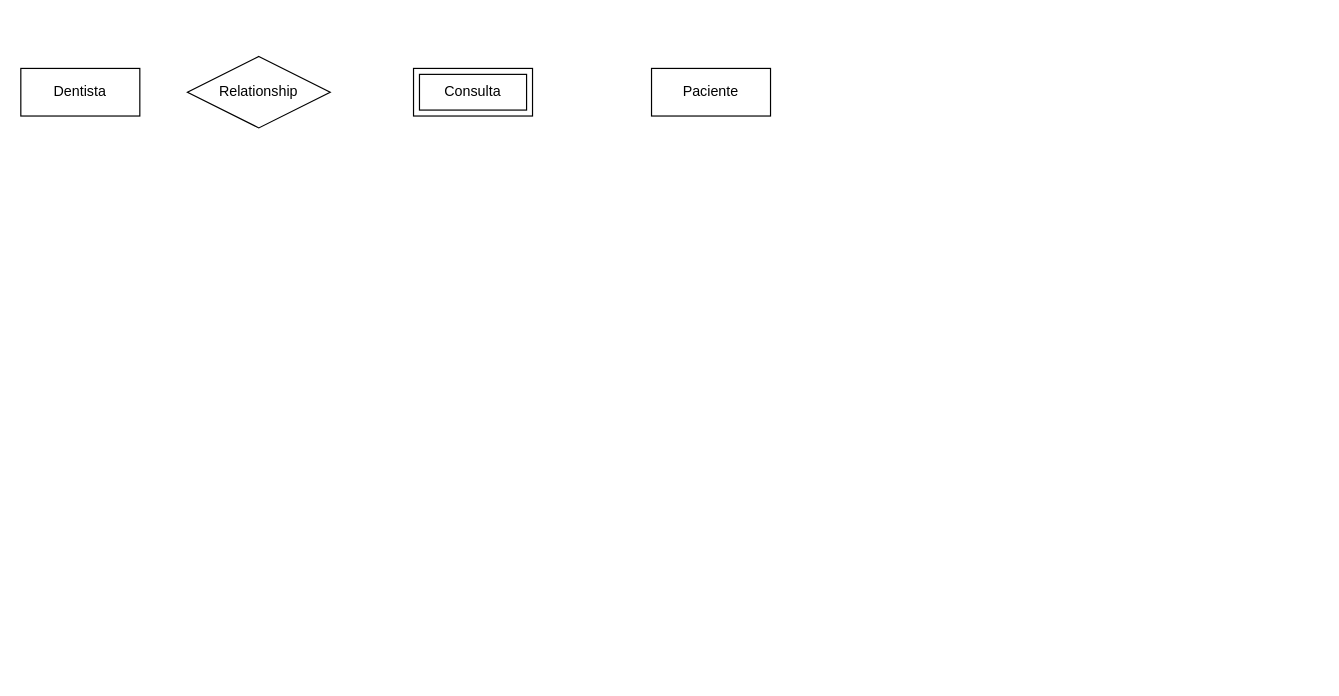
This is Diagrama sem nome.drawio from fabiollg/Diagrama-ER-Consultorio, a draw.io file, before an edit. Source tidied: cells renumbered, new cells numbered last; positions are measured from the earlier drawing's top-left corner, leaving out a move shared by most shapes. Both pictures are drawn from the tidied source at 119%, with x=0, y=0 at pixel (20, 56).
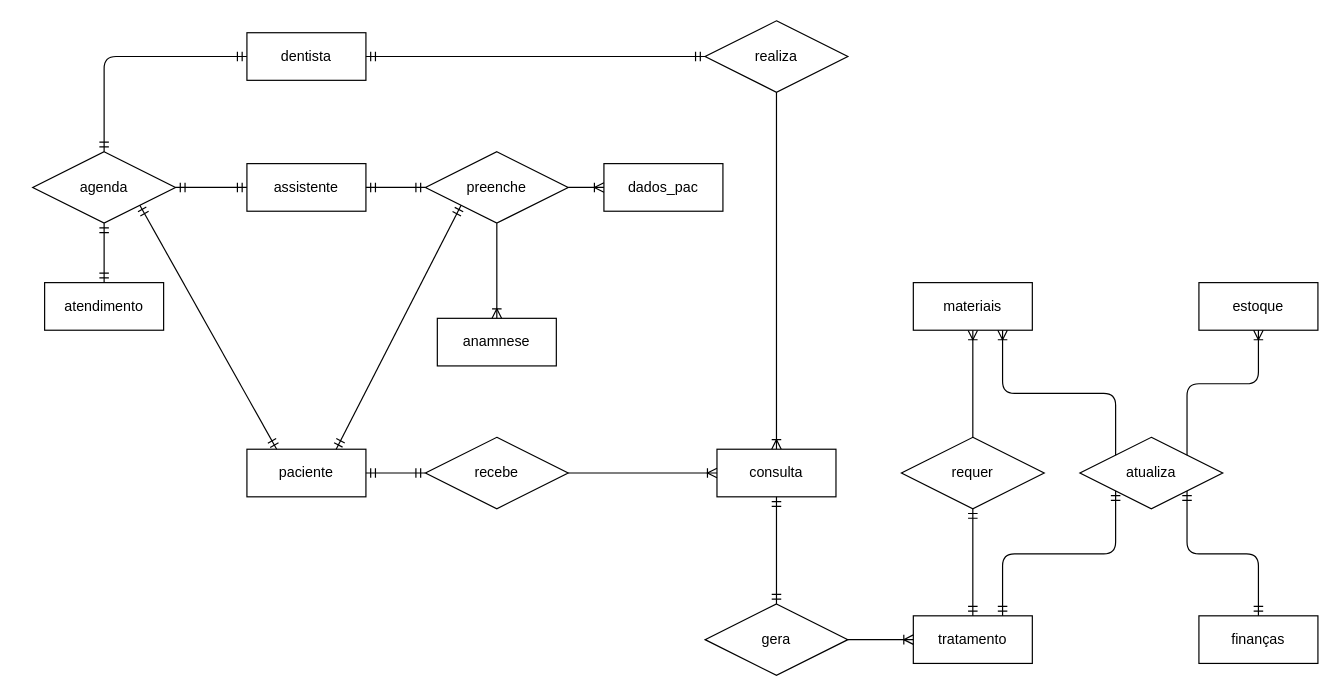
After the change.

Commit message:
Diagrama inicial

Primeiro diagrama completo

Change to the diagram source:
```diff
@@
-    <mxCell id="2" value="Dentista" style="whiteSpace=wrap;html=1;align=center;" parent="1" vertex="1">
-      <mxGeometry y="10" width="100" height="40" as="geometry" />
+    <mxCell id="2" value="dentista" style="whiteSpace=wrap;html=1;align=center;" parent="1" vertex="1">
+      <mxGeometry x="190" y="-20" width="100" height="40" as="geometry" />
     </mxCell>
-    <mxCell id="3" value="Paciente" style="whiteSpace=wrap;html=1;align=center;" parent="1" vertex="1">
-      <mxGeometry x="530" y="10" width="100" height="40" as="geometry" />
+    <mxCell id="3" value="paciente" style="whiteSpace=wrap;html=1;align=center;" parent="1" vertex="1">
+      <mxGeometry x="190" y="330" width="100" height="40" as="geometry" />
     </mxCell>
-    <mxCell id="4" value="Consulta" style="shape=ext;margin=3;double=1;whiteSpace=wrap;html=1;align=center;" parent="1" vertex="1">
-      <mxGeometry x="330" y="10" width="100" height="40" as="geometry" />
-    </mxCell>
-    <mxCell id="5" value="Relationship" style="shape=rhombus;perimeter=rhombusPerimeter;whiteSpace=wrap;html=1;align=center;" parent="1" vertex="1">
-      <mxGeometry x="140" width="120" height="60" as="geometry" />
+    <mxCell id="5" value="realiza" style="shape=rhombus;perimeter=rhombusPerimeter;whiteSpace=wrap;html=1;align=center;" parent="1" vertex="1">
+      <mxGeometry x="575" y="-30" width="120" height="60" as="geometry" />
     </mxCell>
+    <mxCell id="6" style="fontSize=12;html=1;endArrow=ERoneToMany;entryX=0.5;entryY=0;entryDx=0;entryDy=0;exitX=0.5;exitY=1;exitDx=0;exitDy=0;" parent="1" edge="1" source="5" target="7">
+      <mxGeometry relative="1" as="geometry" />
+    </mxCell>
+    <mxCell id="7" value="consulta" style="whiteSpace=wrap;html=1;align=center;" parent="1" vertex="1">
+      <mxGeometry x="585" y="330" width="100" height="40" as="geometry" />
+    </mxCell>
+    <mxCell id="8" style="fontSize=12;html=1;endArrow=ERmandOne;startArrow=ERmandOne;sketch=0;exitX=1;exitY=0.5;exitDx=0;exitDy=0;entryX=0;entryY=0.5;entryDx=0;entryDy=0;" parent="1" edge="1" source="2" target="5">
+      <mxGeometry relative="1" as="geometry" />
+    </mxCell>
+    <mxCell id="9" value="recebe" style="shape=rhombus;perimeter=rhombusPerimeter;whiteSpace=wrap;html=1;align=center;" parent="1" vertex="1">
+      <mxGeometry x="340" y="320" width="120" height="60" as="geometry" />
+    </mxCell>
+    <mxCell id="10" style="edgeStyle=entityRelationEdgeStyle;fontSize=12;html=1;endArrow=ERmandOne;startArrow=ERmandOne;sketch=0;exitX=0;exitY=0.5;exitDx=0;exitDy=0;entryX=1;entryY=0.5;entryDx=0;entryDy=0;" parent="1" edge="1" source="9" target="3">
+      <mxGeometry relative="1" as="geometry" />
+    </mxCell>
+    <mxCell id="11" style="edgeStyle=entityRelationEdgeStyle;fontSize=12;html=1;endArrow=ERoneToMany;sketch=0;entryX=0;entryY=0.5;entryDx=0;entryDy=0;exitX=1;exitY=0.5;exitDx=0;exitDy=0;" parent="1" edge="1" source="9" target="7">
+      <mxGeometry relative="1" as="geometry" />
+    </mxCell>
+    <mxCell id="12" value="dados_pac" style="whiteSpace=wrap;html=1;align=center;" parent="1" vertex="1">
+      <mxGeometry x="490" y="90" width="100" height="40" as="geometry" />
+    </mxCell>
+    <mxCell id="13" value="anamnese" style="whiteSpace=wrap;html=1;align=center;" parent="1" vertex="1">
+      <mxGeometry x="350" y="220" width="100" height="40" as="geometry" />
+    </mxCell>
+    <mxCell id="14" value="preenche" style="shape=rhombus;perimeter=rhombusPerimeter;whiteSpace=wrap;html=1;align=center;" parent="1" vertex="1">
+      <mxGeometry x="340" y="80" width="120" height="60" as="geometry" />
+    </mxCell>
+    <mxCell id="15" value="assistente" style="whiteSpace=wrap;html=1;align=center;" parent="1" vertex="1">
+      <mxGeometry x="190" y="90" width="100" height="40" as="geometry" />
+    </mxCell>
+    <mxCell id="16" style="edgeStyle=entityRelationEdgeStyle;fontSize=12;html=1;endArrow=ERmandOne;startArrow=ERmandOne;sketch=0;entryX=0;entryY=0.5;entryDx=0;entryDy=0;exitX=1;exitY=0.5;exitDx=0;exitDy=0;" parent="1" edge="1" source="15" target="14">
+      <mxGeometry relative="1" as="geometry" />
+    </mxCell>
+    <mxCell id="17" style="edgeStyle=orthogonalEdgeStyle;fontSize=12;html=1;endArrow=ERoneToMany;sketch=0;entryX=0.5;entryY=0;entryDx=0;entryDy=0;exitX=0.5;exitY=1;exitDx=0;exitDy=0;" parent="1" edge="1" source="14" target="13">
+      <mxGeometry relative="1" as="geometry" />
+    </mxCell>
+    <mxCell id="18" style="edgeStyle=orthogonalEdgeStyle;fontSize=12;html=1;endArrow=ERoneToMany;sketch=0;entryX=0;entryY=0.5;entryDx=0;entryDy=0;exitX=1;exitY=0.5;exitDx=0;exitDy=0;" parent="1" edge="1" source="14" target="12">
+      <mxGeometry relative="1" as="geometry" />
+    </mxCell>
+    <mxCell id="19" style="fontSize=12;html=1;endArrow=ERmandOne;startArrow=ERmandOne;sketch=0;entryX=0.75;entryY=0;entryDx=0;entryDy=0;exitX=0;exitY=1;exitDx=0;exitDy=0;" parent="1" edge="1" source="14" target="3">
+      <mxGeometry relative="1" as="geometry" />
+    </mxCell>
+    <mxCell id="20" style="fontSize=12;html=1;endArrow=ERmandOne;startArrow=ERmandOne;sketch=0;exitX=0;exitY=0.5;exitDx=0;exitDy=0;edgeStyle=orthogonalEdgeStyle;entryX=0.5;entryY=0;entryDx=0;entryDy=0;" parent="1" edge="1" source="2" target="29">
+      <mxGeometry relative="1" as="geometry" />
+    </mxCell>
+    <mxCell id="21" value="gera" style="shape=rhombus;perimeter=rhombusPerimeter;whiteSpace=wrap;html=1;align=center;" parent="1" vertex="1">
+      <mxGeometry x="575" y="460" width="120" height="60" as="geometry" />
+    </mxCell>
+    <mxCell id="22" style="fontSize=12;html=1;endArrow=ERmandOne;startArrow=ERmandOne;sketch=0;entryX=0.5;entryY=1;entryDx=0;entryDy=0;exitX=0.5;exitY=0;exitDx=0;exitDy=0;" parent="1" edge="1" source="21" target="7">
+      <mxGeometry relative="1" as="geometry" />
+    </mxCell>
+    <mxCell id="23" value="tratamento" style="whiteSpace=wrap;html=1;align=center;" parent="1" vertex="1">
+      <mxGeometry x="750" y="470" width="100" height="40" as="geometry" />
+    </mxCell>
+    <mxCell id="24" style="edgeStyle=entityRelationEdgeStyle;fontSize=12;html=1;endArrow=ERoneToMany;sketch=0;exitX=1;exitY=0.5;exitDx=0;exitDy=0;entryX=0;entryY=0.5;entryDx=0;entryDy=0;" parent="1" edge="1" source="21" target="23">
+      <mxGeometry relative="1" as="geometry" />
+    </mxCell>
+    <mxCell id="25" style="fontSize=12;html=1;endArrow=ERoneToMany;sketch=0;exitX=0.5;exitY=0;exitDx=0;exitDy=0;entryX=0.5;entryY=1;entryDx=0;entryDy=0;" parent="1" edge="1" source="27" target="26">
+      <mxGeometry relative="1" as="geometry" />
+    </mxCell>
+    <mxCell id="26" value="materiais" style="whiteSpace=wrap;html=1;align=center;" parent="1" vertex="1">
+      <mxGeometry x="750" y="190" width="100" height="40" as="geometry" />
+    </mxCell>
+    <mxCell id="27" value="requer" style="shape=rhombus;perimeter=rhombusPerimeter;whiteSpace=wrap;html=1;align=center;" parent="1" vertex="1">
+      <mxGeometry x="740" y="320" width="120" height="60" as="geometry" />
+    </mxCell>
+    <mxCell id="28" style="fontSize=12;html=1;endArrow=ERmandOne;startArrow=ERmandOne;sketch=0;exitX=0.5;exitY=0;exitDx=0;exitDy=0;entryX=0.5;entryY=1;entryDx=0;entryDy=0;" parent="1" edge="1" source="23" target="27">
+      <mxGeometry relative="1" as="geometry" />
+    </mxCell>
+    <mxCell id="29" value="agenda" style="shape=rhombus;perimeter=rhombusPerimeter;whiteSpace=wrap;html=1;align=center;" parent="1" vertex="1">
+      <mxGeometry x="10" y="80" width="120" height="60" as="geometry" />
+    </mxCell>
+    <mxCell id="30" style="edgeStyle=entityRelationEdgeStyle;fontSize=12;html=1;endArrow=ERmandOne;startArrow=ERmandOne;sketch=0;entryX=0;entryY=0.5;entryDx=0;entryDy=0;exitX=1;exitY=0.5;exitDx=0;exitDy=0;" parent="1" edge="1" source="29" target="15">
+      <mxGeometry relative="1" as="geometry" />
+    </mxCell>
+    <mxCell id="31" value="atendimento" style="whiteSpace=wrap;html=1;align=center;" parent="1" vertex="1">
+      <mxGeometry x="20" y="190" width="100" height="40" as="geometry" />
+    </mxCell>
+    <mxCell id="32" style="fontSize=12;html=1;endArrow=ERmandOne;startArrow=ERmandOne;sketch=0;entryX=0.5;entryY=1;entryDx=0;entryDy=0;exitX=0.5;exitY=0;exitDx=0;exitDy=0;" parent="1" edge="1" source="31" target="29">
+      <mxGeometry relative="1" as="geometry" />
+    </mxCell>
+    <mxCell id="33" style="fontSize=12;html=1;endArrow=ERmandOne;startArrow=ERmandOne;sketch=0;entryX=1;entryY=1;entryDx=0;entryDy=0;exitX=0.25;exitY=0;exitDx=0;exitDy=0;" parent="1" edge="1" source="3" target="29">
+      <mxGeometry relative="1" as="geometry" />
+    </mxCell>
+    <mxCell id="34" value="atualiza" style="shape=rhombus;perimeter=rhombusPerimeter;whiteSpace=wrap;html=1;align=center;" parent="1" vertex="1">
+      <mxGeometry x="890" y="320" width="120" height="60" as="geometry" />
+    </mxCell>
+    <mxCell id="35" value="estoque" style="whiteSpace=wrap;html=1;align=center;" parent="1" vertex="1">
+      <mxGeometry x="990" y="190" width="100" height="40" as="geometry" />
+    </mxCell>
+    <mxCell id="36" value="finanças" style="whiteSpace=wrap;html=1;align=center;" parent="1" vertex="1">
+      <mxGeometry x="990" y="470" width="100" height="40" as="geometry" />
+    </mxCell>
+    <mxCell id="37" style="fontSize=12;html=1;endArrow=ERoneToMany;sketch=0;exitX=0;exitY=0;exitDx=0;exitDy=0;entryX=0.75;entryY=1;entryDx=0;entryDy=0;edgeStyle=elbowEdgeStyle;elbow=vertical;" parent="1" edge="1" source="34" target="26">
+      <mxGeometry relative="1" as="geometry" />
+    </mxCell>
+    <mxCell id="38" style="fontSize=12;html=1;endArrow=ERoneToMany;sketch=0;exitX=1;exitY=0;exitDx=0;exitDy=0;entryX=0.5;entryY=1;entryDx=0;entryDy=0;edgeStyle=orthogonalEdgeStyle;" parent="1" edge="1" source="34" target="35">
+      <mxGeometry relative="1" as="geometry" />
+    </mxCell>
+    <mxCell id="39" style="fontSize=12;html=1;endArrow=ERmandOne;startArrow=ERmandOne;sketch=0;exitX=0.75;exitY=0;exitDx=0;exitDy=0;entryX=0;entryY=1;entryDx=0;entryDy=0;edgeStyle=elbowEdgeStyle;elbow=vertical;" parent="1" edge="1" source="23" target="34">
+      <mxGeometry relative="1" as="geometry" />
+    </mxCell>
+    <mxCell id="40" style="fontSize=12;html=1;endArrow=ERmandOne;startArrow=ERmandOne;sketch=0;exitX=0.5;exitY=0;exitDx=0;exitDy=0;entryX=1;entryY=1;entryDx=0;entryDy=0;edgeStyle=elbowEdgeStyle;elbow=vertical;" parent="1" edge="1" source="36" target="34">
+      <mxGeometry relative="1" as="geometry" />
+    </mxCell>
```
